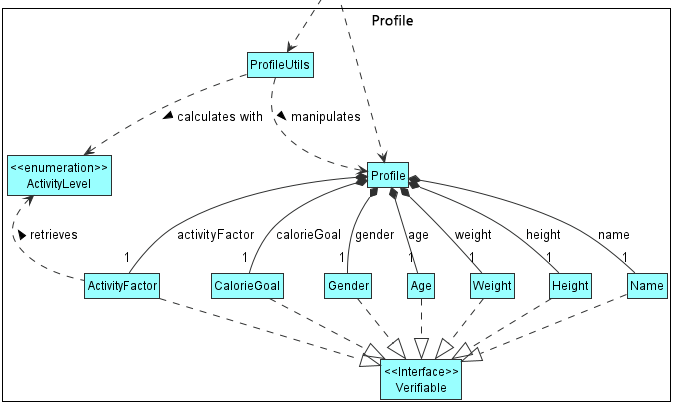
Earlier version of the PlantUML export docs/images/ProfileClassDiagram.png (tryyang2001/tp). Its source is kept beside it as docs/diagrams/ProfileClassDiagram.puml. Source of this version:
```plantuml
@startuml
!include Style.puml
hide class fields
hide class methods
hide interface fields
hide interface methods

class Profile DATA_COLOUR
class Name DATA_COLOUR
class Height DATA_COLOUR
class Weight DATA_COLOUR
class Age DATA_COLOUR
class Gender DATA_COLOUR
class CalorieGoal DATA_COLOUR
class ActivityFactor DATA_COLOUR
class ProfileUtils DATA_COLOUR
class "<<enumeration>>\nActivityLevel" DATA_COLOUR
class "<<Interface>>\nVerifiable" DATA_COLOUR

ProfileUtils <.up. " "
Profile <.up. " "
Profile *-- "1" Name : name
Profile *-- "1" Height : height
Profile *-- "1" Weight : weight
Profile *-- "1" Age : age
Profile *-- "1" Gender : gender
Profile *-- "1" CalorieGoal : calorieGoal
Profile *-- "1" ActivityFactor : activityFactor
ActivityFactor .up.> "<<enumeration>>\nActivityLevel" :> retrieves
ProfileUtils .down.> "<<enumeration>>\nActivityLevel" :> calculates with
Profile <.up. ProfileUtils :< manipulates

"<<Interface>>\nVerifiable" <|.up. Name
"<<Interface>>\nVerifiable" <|.up. Height
"<<Interface>>\nVerifiable" <|.up. Weight
"<<Interface>>\nVerifiable" <|.up. Age
"<<Interface>>\nVerifiable" <|.up. Gender
"<<Interface>>\nVerifiable" <|.up. CalorieGoal
"<<Interface>>\nVerifiable" <|.up. ActivityFactor

@enduml
```
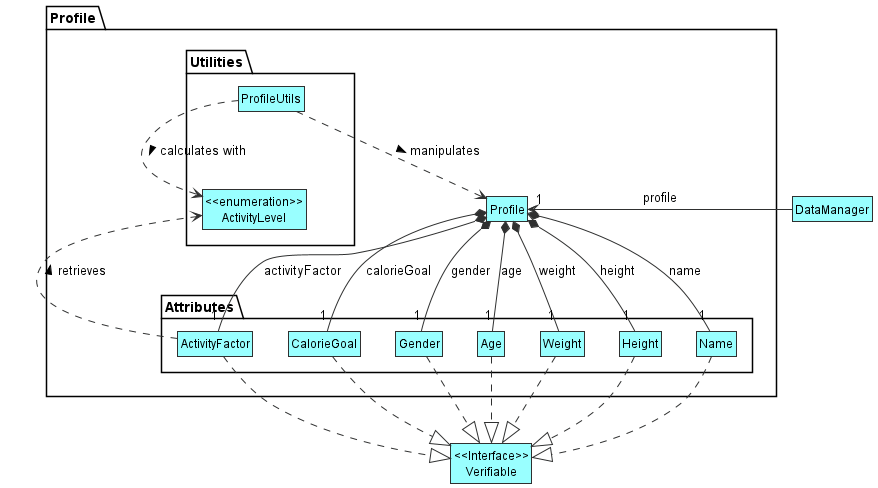
Later version of the same file.

Commit message:
Update class diagrams

The edit, as a diff of the source:
```diff
@@ -5,29 +5,39 @@
 hide interface fields
 hide interface methods
 
-class Profile DATA_COLOUR
-class Name DATA_COLOUR
-class Height DATA_COLOUR
-class Weight DATA_COLOUR
-class Age DATA_COLOUR
-class Gender DATA_COLOUR
-class CalorieGoal DATA_COLOUR
-class ActivityFactor DATA_COLOUR
-class ProfileUtils DATA_COLOUR
-class "<<enumeration>>\nActivityLevel" DATA_COLOUR
-class "<<Interface>>\nVerifiable" DATA_COLOUR
 
-ProfileUtils <.up. " "
-Profile <.up. " "
-Profile *-- "1" Name : name
+package Profile {
+    class Profile DATA_COLOUR
+    package Attributes {
+        class Name DATA_COLOUR
+        class Height DATA_COLOUR
+        class Weight DATA_COLOUR
+        class Age DATA_COLOUR
+        class Gender DATA_COLOUR
+        class CalorieGoal DATA_COLOUR
+        class ActivityFactor DATA_COLOUR
+    }
+    package Utilities {
+        class ProfileUtils DATA_COLOUR
+        class "<<enumeration>>\nActivityLevel" DATA_COLOUR
+    }
+}
+
+    class DataManager DATA_COLOUR
+    class "<<Interface>>\nVerifiable" DATA_COLOUR
+
+
+
+Profile "1" <-right- DataManager : profile
+Name "1" --* Profile : name
 Profile *-- "1" Height : height
 Profile *-- "1" Weight : weight
 Profile *-- "1" Age : age
 Profile *-- "1" Gender : gender
 Profile *-- "1" CalorieGoal : calorieGoal
 Profile *-- "1" ActivityFactor : activityFactor
-ActivityFactor .up.> "<<enumeration>>\nActivityLevel" :> retrieves
-ProfileUtils .down.> "<<enumeration>>\nActivityLevel" :> calculates with
+ActivityFactor ..> "<<enumeration>>\nActivityLevel" :> retrieves
+ProfileUtils ..> "<<enumeration>>\nActivityLevel" :> calculates with
 Profile <.up. ProfileUtils :< manipulates
 
 "<<Interface>>\nVerifiable" <|.up. Name
```
